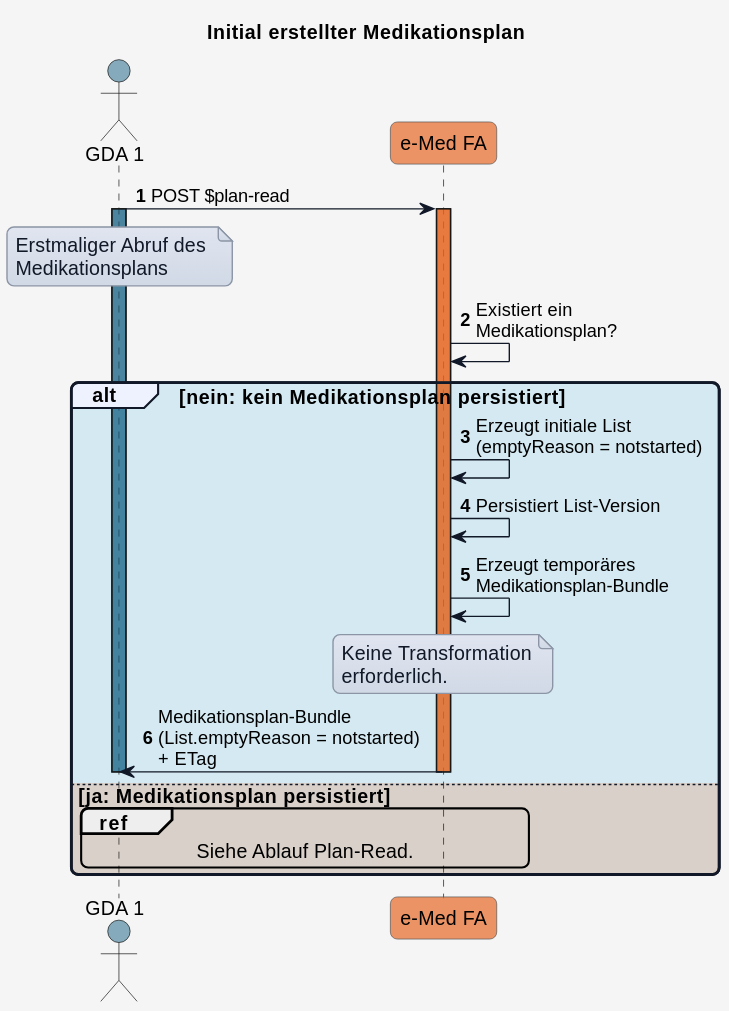
HL7Austria/hl7austria.github.io keeps this PlantUML diagram as r4-ELGA-e-Medikation-main/plantuml/UC_eMed_01_03.svg. Above is the earlier version.
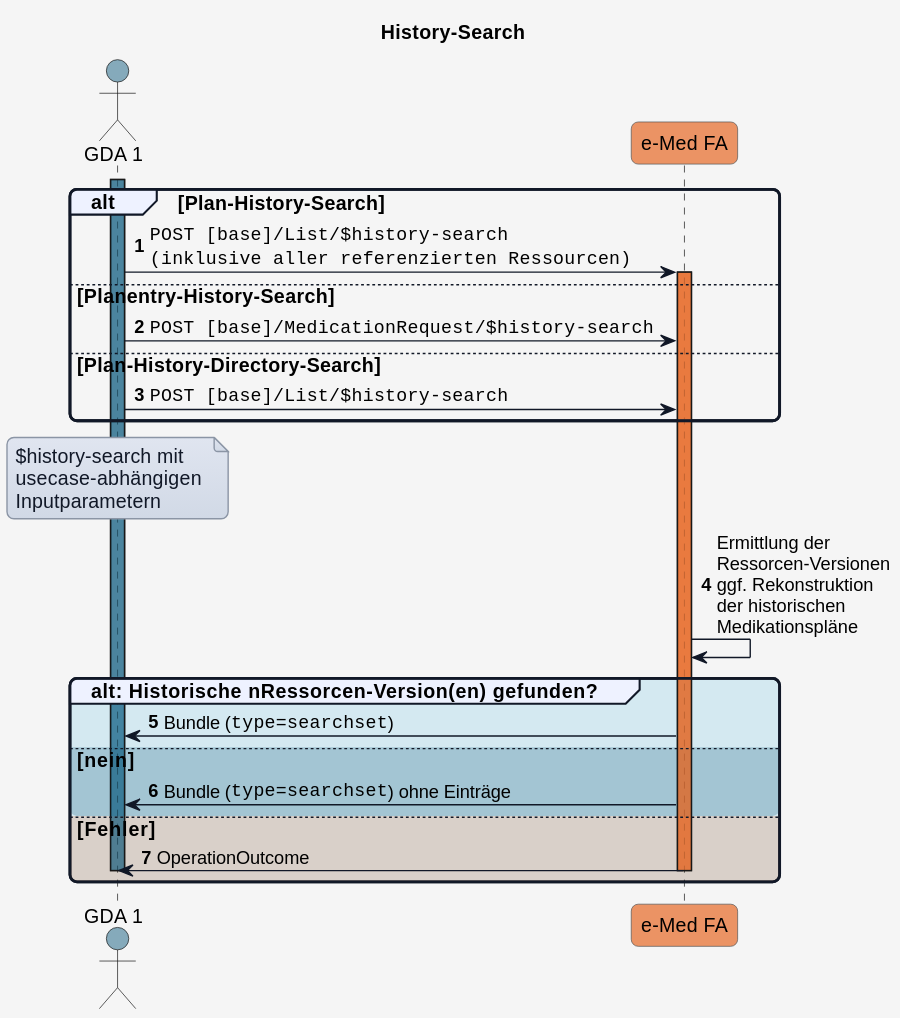
The same diagram one commit later.

Diff of the diagram source:
```diff
@@ -1,5 +1,5 @@
 @startuml
-title Initial erstellter Medikationsplan
+title History-Search
 
 
 skinparam borderColor #000000
@@ -47,44 +47,43 @@
 !define COLOR_E_REZEPT #cd3732a9
 
 !define COLOR_OK       #0F9ED525
+!define COLOR_OK_2     #34738d4e
 !define COLOR_ERROR    #E9713235
+
 
 actor GDA_1 as "GDA 1" COLOR_GDA_1
 participant eMed_FA as "e-Med FA" COLOR_EMED_FA
 
+
 autonumber
 
-GDA_1 -> eMed_FA: POST $plan-read
 activate GDA_1 COLOR_GDA_1
 
+
+alt Plan-History-Search
+GDA_1 -> eMed_FA: ""POST [base]/List/$history-search""\n""(inklusive aller referenzierten Ressourcen)""
+activate eMed_FA COLOR_EMED_FA
+else Planentry-History-Search
+GDA_1 -> eMed_FA: ""POST [base]/MedicationRequest/$history-search""
+else Plan-History-Directory-Search
+GDA_1 -> eMed_FA: ""POST [base]/List/$history-search""
+end
+
 note over GDA_1
-Erstmaliger Abruf des
-Medikationsplans
+$history-search mit
+usecase-abhängigen
+Inputparametern
 end note
 
-activate eMed_FA COLOR_EMED_FA
-eMed_FA -> eMed_FA: Existiert ein\nMedikationsplan?
+eMed_FA -> eMed_FA: Ermittlung der\nRessorcen-Versionen\nggf. Rekonstruktion\nder historischen\nMedikationspläne
 
-alt COLOR_OK nein: kein Medikationsplan persistiert
-
-  eMed_FA -> eMed_FA: Erzeugt initiale List\n(emptyReason = notstarted)
-  eMed_FA -> eMed_FA: Persistiert List-Version
-  eMed_FA -> eMed_FA: Erzeugt temporäres\nMedikationsplan-Bundle
-
-  note over eMed_FA
-  Keine Transformation
-  erforderlich.
-  end note
-  eMed_FA -> GDA_1: Medikationsplan-Bundle\n(List.emptyReason = notstarted)\n+ ETag
+group COLOR_OK alt: Historische nRessorcen-Version(en) gefunden?
+  eMed_FA -> GDA_1: Bundle (""type=searchset"")
+else COLOR_OK_2 nein
+  eMed_FA -> GDA_1: Bundle (""type=searchset"") ohne Einträge
+else COLOR_ERROR Fehler
+  eMed_FA -> GDA_1: OperationOutcome
+  deactivate GDA_1
   deactivate eMed_FA
-
-else COLOR_ERROR ja: Medikationsplan persistiert
-
-  deactivate GDA_1
-  ref over GDA_1,eMed_FA
-  Siehe Ablauf Plan-Read.
-  end ref
-
-
 end
 @enduml
```
